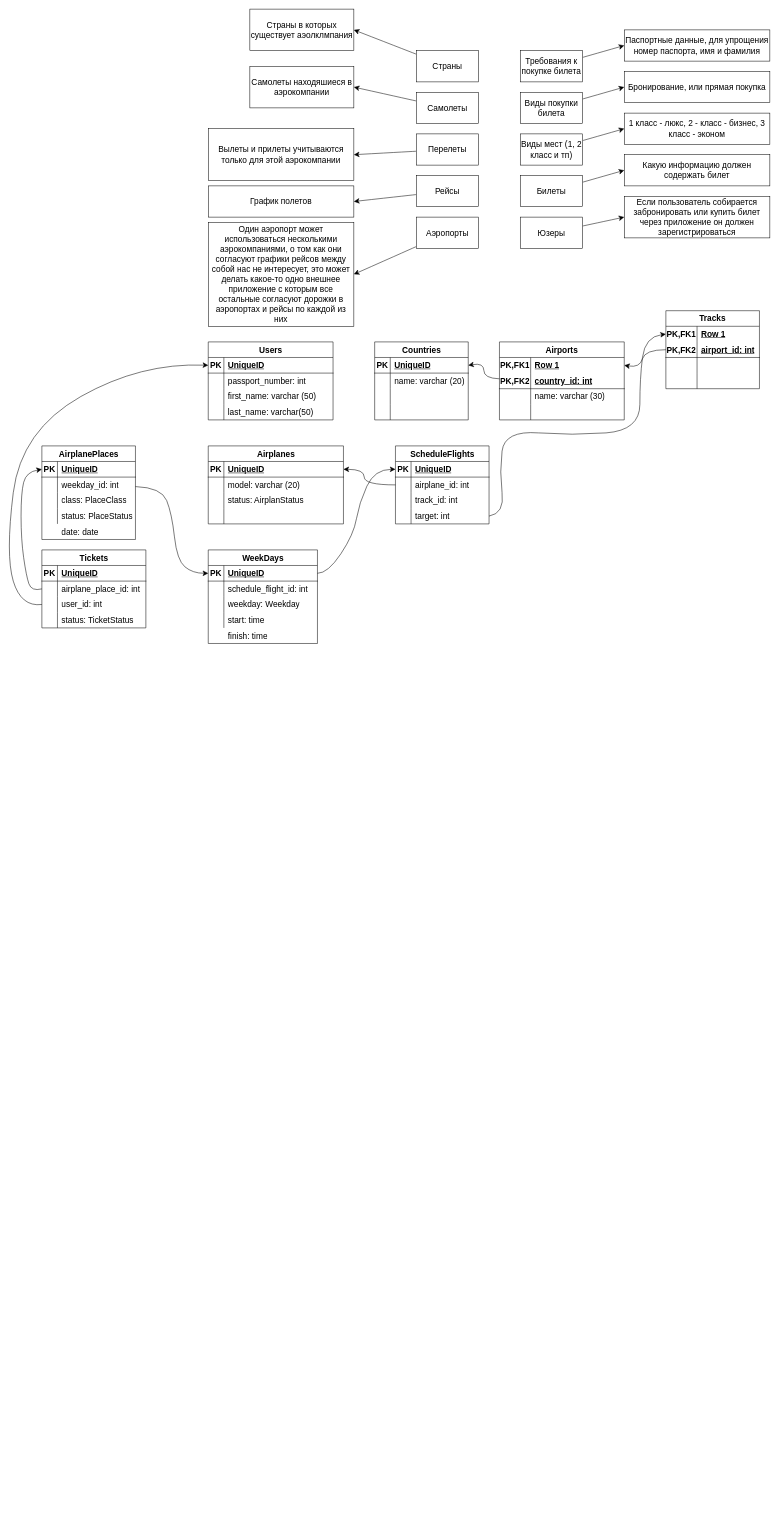
The draw.io diagram Aэрокомпания.drawio in KmvRoman/Diagrams, before the edit. Source tidied: cells renumbered, new cells numbered last; positions are measured from the earlier drawing's top-left corner, leaving out a move shared by most shapes. Both pictures are drawn from the tidied source at 52%, with x=0, y=0 at pixel (5, 9).
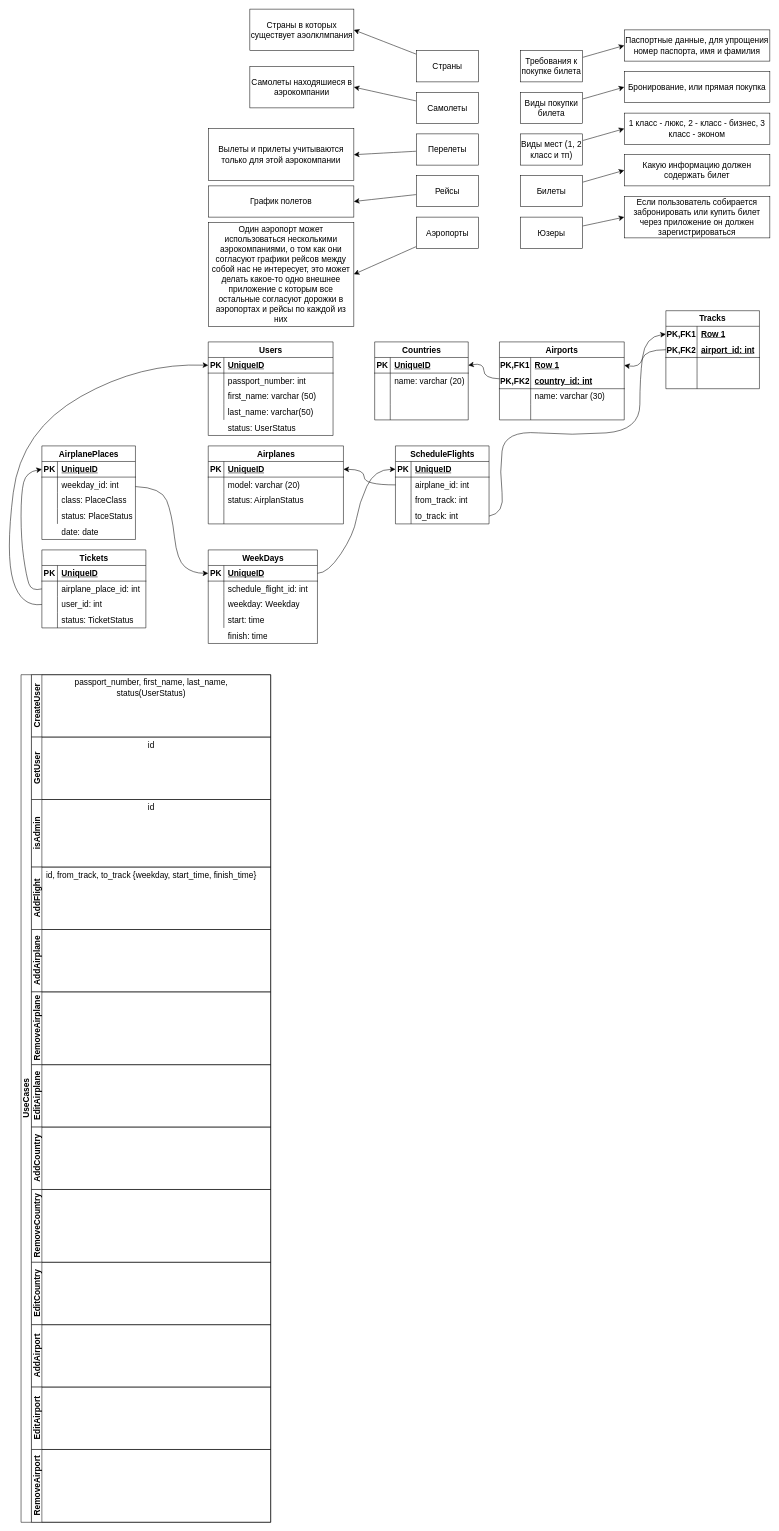
Above is the later version.

Unchanged cells that the change refers to:
```xml
<mxCell id="105" style="shape=tableRow;horizontal=0;startSize=0;swimlaneHead=0;swimlaneBody=0;fillColor=none;top=0;left=0;right=0;bottom=0;fontSize=16;" parent="98" vertex="1">
  <mxGeometry y="90" width="180" height="30" as="geometry" />
</mxCell>
<mxCell id="108" style="shape=tableRow;horizontal=0;startSize=0;swimlaneHead=0;swimlaneBody=0;fillColor=none;points=[[0,0.5],[1,0.5]];portConstraint=eastwest;top=0;left=0;right=0;bottom=0;fontSize=16;" parent="98" vertex="1">
  <mxGeometry y="120" width="180" height="30" as="geometry" />
</mxCell>
```

What changed in the source:
```diff
@@
     <mxCell id="28" value="Users" style="shape=table;startSize=30;childLayout=tableLayout;rowLines=0;fontStyle=1;align=center;html=1;fontSize=16;" parent="1" vertex="1">
-      <mxGeometry x="390" y="640" width="240" height="150" as="geometry" />
+      <mxGeometry x="390" y="640" width="240" height="180" as="geometry" />
     </mxCell>
@@
-    <mxCell id="107" value="track_id: int" style="shape=partialRectangle;fillColor=none;top=0;left=0;bottom=0;right=0;align=left;spacingLeft=6;overflow=hidden;whiteSpace=wrap;html=1;fontSize=16;" parent="105" vertex="1">
+    <mxCell id="107" value="from_track: int" style="shape=partialRectangle;fillColor=none;top=0;left=0;bottom=0;right=0;align=left;spacingLeft=6;overflow=hidden;whiteSpace=wrap;html=1;fontSize=16;" parent="105" vertex="1">
       <mxGeometry x="30" width="150" height="30" as="geometry" />
     </mxCell>
@@
-    <mxCell id="110" value="target: int" style="shape=partialRectangle;fillColor=none;top=0;left=0;bottom=0;right=0;align=left;spacingLeft=6;overflow=hidden;whiteSpace=wrap;html=1;fontSize=16;" parent="108" vertex="1">
+    <mxCell id="110" value="to_track: int" style="shape=partialRectangle;fillColor=none;top=0;left=0;bottom=0;right=0;align=left;spacingLeft=6;overflow=hidden;whiteSpace=wrap;html=1;fontSize=16;" parent="108" vertex="1">
       <mxGeometry x="30" width="150" height="30" as="geometry" />
     </mxCell>
@@
+    <mxCell id="161" value="UseCases" style="swimlane;horizontal=0;startSize=20;html=1;fontSize=16;" parent="1" vertex="1">
+      <mxGeometry x="30" y="1280" width="480" height="1630" as="geometry" />
+    </mxCell>
+    <mxCell id="162" value="CreateUser" style="swimlane;startSize=20;horizontal=0;html=1;fontSize=16;" parent="161" vertex="1">
+      <mxGeometry x="20" width="460" height="120" as="geometry" />
+    </mxCell>
+    <mxCell id="163" value="passport_number, first_name, last_name, &lt;br&gt;status(UserStatus)" style="text;html=1;align=center;verticalAlign=middle;strokeColor=none;fillColor=none;fontSize=16;" parent="162" vertex="1">
+      <mxGeometry x="70" width="320" height="50" as="geometry" />
+    </mxCell>
+    <mxCell id="164" value="GetUser" style="swimlane;startSize=20;horizontal=0;html=1;fontSize=16;" parent="161" vertex="1">
+      <mxGeometry x="20" y="120" width="460" height="120" as="geometry" />
+    </mxCell>
+    <mxCell id="165" value="id" style="text;html=1;align=center;verticalAlign=middle;strokeColor=none;fillColor=none;fontSize=16;" parent="164" vertex="1">
+      <mxGeometry x="210" width="40" height="30" as="geometry" />
+    </mxCell>
+    <mxCell id="166" value="isAdmin" style="swimlane;startSize=20;horizontal=0;html=1;fontSize=16;" parent="161" vertex="1">
+      <mxGeometry x="20" y="240" width="460" height="130" as="geometry" />
+    </mxCell>
+    <mxCell id="167" value="id" style="text;html=1;align=center;verticalAlign=middle;strokeColor=none;fillColor=none;fontSize=16;" parent="166" vertex="1">
+      <mxGeometry x="210" width="40" height="30" as="geometry" />
+    </mxCell>
+    <mxCell id="168" value="AddFlight" style="swimlane;startSize=20;horizontal=0;html=1;fontSize=16;" parent="161" vertex="1">
+      <mxGeometry x="20" y="370" width="460" height="120" as="geometry" />
+    </mxCell>
+    <mxCell id="169" value="id, from_track, to_track {weekday, start_time, finish_time}" style="text;html=1;align=center;verticalAlign=middle;strokeColor=none;fillColor=none;fontSize=16;" parent="168" vertex="1">
+      <mxGeometry x="15" width="430" height="30" as="geometry" />
+    </mxCell>
+    <mxCell id="170" value="AddAirplane" style="swimlane;startSize=20;horizontal=0;html=1;fontSize=16;" parent="161" vertex="1">
+      <mxGeometry x="20" y="490" width="460" height="120" as="geometry" />
+    </mxCell>
+    <mxCell id="171" value="RemoveAirplane" style="swimlane;startSize=20;horizontal=0;html=1;fontSize=16;" parent="161" vertex="1">
+      <mxGeometry x="20" y="610" width="460" height="140" as="geometry" />
+    </mxCell>
+    <mxCell id="172" value="EditAirplane" style="swimlane;startSize=20;horizontal=0;html=1;fontSize=16;" parent="161" vertex="1">
+      <mxGeometry x="20" y="750" width="460" height="120" as="geometry" />
+    </mxCell>
+    <mxCell id="173" value="AddCountry" style="swimlane;startSize=20;horizontal=0;html=1;fontSize=16;" parent="161" vertex="1">
+      <mxGeometry x="20" y="870" width="460" height="120" as="geometry" />
+    </mxCell>
+    <mxCell id="174" value="RemoveCountry" style="swimlane;startSize=20;horizontal=0;html=1;fontSize=16;" parent="161" vertex="1">
+      <mxGeometry x="20" y="990" width="460" height="140" as="geometry" />
+    </mxCell>
+    <mxCell id="175" value="EditCountry" style="swimlane;startSize=20;horizontal=0;html=1;fontSize=16;" parent="161" vertex="1">
+      <mxGeometry x="20" y="1130" width="460" height="120" as="geometry" />
+    </mxCell>
+    <mxCell id="176" value="AddAirport" style="swimlane;startSize=20;horizontal=0;html=1;fontSize=16;" parent="161" vertex="1">
+      <mxGeometry x="20" y="1250" width="460" height="120" as="geometry" />
+    </mxCell>
+    <mxCell id="177" value="EditAirport" style="swimlane;startSize=20;horizontal=0;html=1;fontSize=16;" parent="161" vertex="1">
+      <mxGeometry x="20" y="1370" width="460" height="120" as="geometry" />
+    </mxCell>
+    <mxCell id="178" value="RemoveAirport" style="swimlane;startSize=20;horizontal=0;html=1;fontSize=16;" parent="161" vertex="1">
+      <mxGeometry x="20" y="1490" width="460" height="140" as="geometry" />
+    </mxCell>
+    <mxCell id="179" value="status: UserStatus" style="shape=partialRectangle;fillColor=none;top=0;left=0;bottom=0;right=0;align=left;spacingLeft=6;overflow=hidden;whiteSpace=wrap;html=1;fontSize=16;" parent="1" vertex="1">
+      <mxGeometry x="420" y="790" width="210" height="30" as="geometry" />
+    </mxCell>
```
